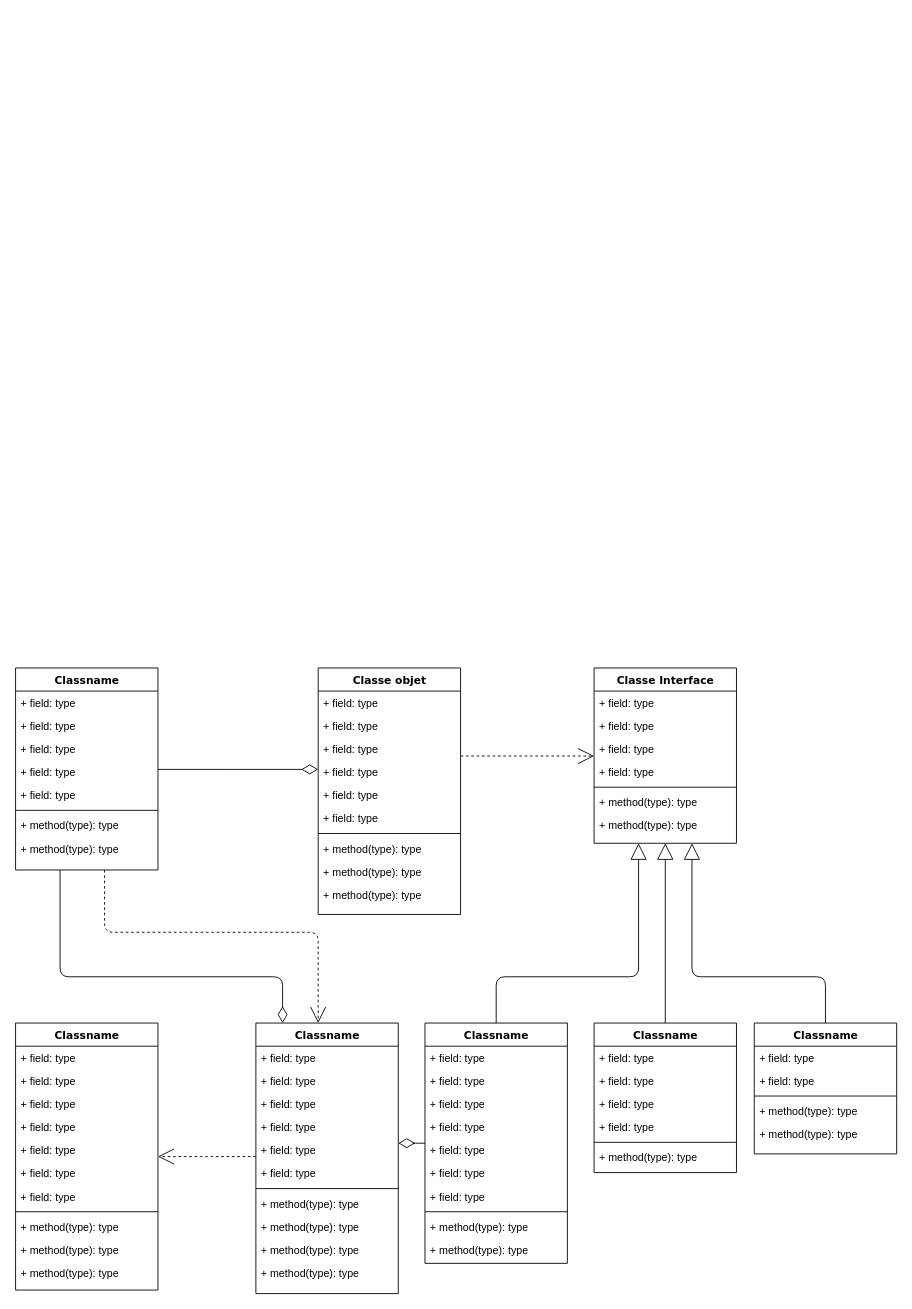
Above: Diagramme sans nom.drawio in Spyrolol/Projet-X (draw.io), before the change. Source tidied: cells renumbered, new cells numbered last; positions are measured from the earlier drawing's top-left corner, leaving out a move shared by most shapes. Both pictures are drawn from the tidied source at 89%, with x=0, y=0 at pixel (15, 668).
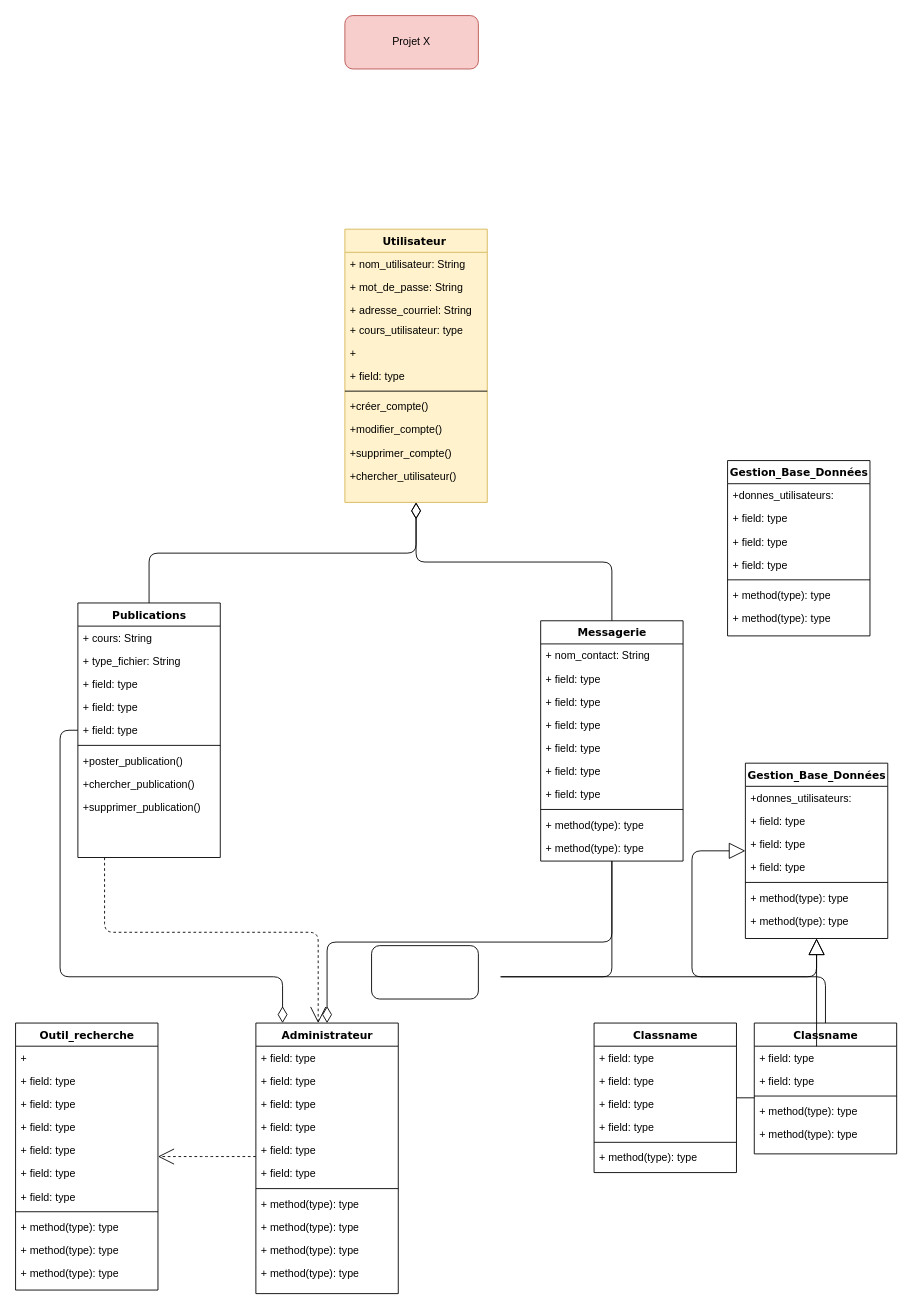
After the change.

The edit, as a diff of the source:
```diff
@@
-    <mxCell id="4" value="Classname" style="swimlane;html=1;fontStyle=1;align=center;verticalAlign=top;horizontal=1;startSize=26;swimlaneFillColor=#ffffff;rounded=0;shadow=0;comic=0;labelBackgroundColor=none;strokeWidth=1;fillColor=none;fontFamily=Verdana;fontSize=12;" parent="1" vertex="1">
-      <mxGeometry width="160" height="227" as="geometry" />
+    <mxCell id="4" value="Publications" style="swimlane;html=1;fontStyle=1;align=center;verticalAlign=top;horizontal=1;startSize=26;swimlaneFillColor=#ffffff;rounded=0;shadow=0;comic=0;labelBackgroundColor=none;strokeWidth=1;fillColor=none;fontFamily=Verdana;fontSize=12;" parent="1" vertex="1">
+      <mxGeometry x="70" y="-73" width="160" height="286" as="geometry" />
     </mxCell>
-    <mxCell id="5" value="+ field: type" style="text;html=1;strokeColor=none;fillColor=none;align=left;verticalAlign=top;spacingLeft=4;spacingRight=4;whiteSpace=wrap;overflow=hidden;" parent="4" vertex="1">
+    <mxCell id="5" value="+ cours: String" style="text;html=1;strokeColor=none;fillColor=none;align=left;verticalAlign=top;spacingLeft=4;spacingRight=4;whiteSpace=wrap;overflow=hidden;" parent="4" vertex="1">
       <mxGeometry y="26" width="160" height="26" as="geometry" />
     </mxCell>
-    <mxCell id="6" value="+ field: type" style="text;html=1;strokeColor=none;fillColor=none;align=left;verticalAlign=top;spacingLeft=4;spacingRight=4;whiteSpace=wrap;overflow=hidden;" parent="4" vertex="1">
+    <mxCell id="6" value="+ type_fichier: String" style="text;html=1;strokeColor=none;fillColor=none;align=left;verticalAlign=top;spacingLeft=4;spacingRight=4;whiteSpace=wrap;overflow=hidden;" parent="4" vertex="1">
       <mxGeometry y="52" width="160" height="26" as="geometry" />
     </mxCell>
@@
-    <mxCell id="11" value="+ method(type): type" style="text;html=1;strokeColor=none;fillColor=none;align=left;verticalAlign=top;spacingLeft=4;spacingRight=4;whiteSpace=wrap;overflow=hidden;" parent="4" vertex="1">
+    <mxCell id="11" value="+poster_publication()" style="text;html=1;strokeColor=none;fillColor=none;align=left;verticalAlign=top;spacingLeft=4;spacingRight=4;whiteSpace=wrap;overflow=hidden;" parent="4" vertex="1">
       <mxGeometry y="164" width="160" height="26" as="geometry" />
     </mxCell>
+    <mxCell id="87" value="+chercher_publication()" style="text;html=1;strokeColor=none;fillColor=none;align=left;verticalAlign=top;spacingLeft=4;spacingRight=4;whiteSpace=wrap;overflow=hidden;" parent="4" vertex="1">
+      <mxGeometry y="190" width="160" height="26" as="geometry" />
+    </mxCell>
-    <mxCell id="12" value="+ method(type): type" style="text;html=1;strokeColor=none;fillColor=none;align=left;verticalAlign=top;spacingLeft=4;spacingRight=4;whiteSpace=wrap;overflow=hidden;" parent="4" vertex="1">
-      <mxGeometry y="190" width="160" height="26" as="geometry" />
+    <mxCell id="12" value="+supprimer_publication()" style="text;html=1;strokeColor=none;fillColor=none;align=left;verticalAlign=top;spacingLeft=4;spacingRight=4;whiteSpace=wrap;overflow=hidden;" parent="4" vertex="1">
+      <mxGeometry y="216" width="160" height="70" as="geometry" />
     </mxCell>
-    <mxCell id="13" style="edgeStyle=elbowEdgeStyle;html=1;labelBackgroundColor=none;startFill=0;startSize=8;endArrow=open;endFill=0;endSize=16;fontFamily=Verdana;fontSize=12;elbow=vertical;dashed=1;" parent="1" edge="1" source="14" target="25">
-      <mxGeometry relative="1" as="geometry" />
-    </mxCell>
-    <mxCell id="14" value="Classe objet&lt;br&gt;" style="swimlane;html=1;fontStyle=1;align=center;verticalAlign=top;horizontal=1;startSize=26;swimlaneFillColor=#ffffff;rounded=0;shadow=0;comic=0;labelBackgroundColor=none;strokeWidth=1;fillColor=none;fontFamily=Verdana;fontSize=12;" parent="1" vertex="1">
-      <mxGeometry x="340" width="160" height="277" as="geometry" />
+    <mxCell id="14" value="Utilisateur&amp;nbsp;" style="swimlane;html=1;fontStyle=1;align=center;verticalAlign=top;horizontal=1;startSize=26;swimlaneFillColor=#fff2cc;rounded=0;shadow=0;comic=0;labelBackgroundColor=none;strokeWidth=1;fillColor=#fff2cc;fontFamily=Verdana;fontSize=12;strokeColor=#d6b656;" parent="1" vertex="1">
+      <mxGeometry x="370" y="-493" width="160" height="307" as="geometry" />
     </mxCell>
-    <mxCell id="15" value="+ field: type" style="text;html=1;strokeColor=none;fillColor=none;align=left;verticalAlign=top;spacingLeft=4;spacingRight=4;whiteSpace=wrap;overflow=hidden;" parent="14" vertex="1">
+    <mxCell id="15" value="+ nom_utilisateur: String" style="text;html=1;strokeColor=none;fillColor=none;align=left;verticalAlign=top;spacingLeft=4;spacingRight=4;whiteSpace=wrap;overflow=hidden;" parent="14" vertex="1">
       <mxGeometry y="26" width="160" height="26" as="geometry" />
     </mxCell>
-    <mxCell id="16" value="+ field: type" style="text;html=1;strokeColor=none;fillColor=none;align=left;verticalAlign=top;spacingLeft=4;spacingRight=4;whiteSpace=wrap;overflow=hidden;" parent="14" vertex="1">
+    <mxCell id="16" value="+ mot_de_passe: String" style="text;html=1;strokeColor=none;fillColor=none;align=left;verticalAlign=top;spacingLeft=4;spacingRight=4;whiteSpace=wrap;overflow=hidden;" parent="14" vertex="1">
       <mxGeometry y="52" width="160" height="26" as="geometry" />
     </mxCell>
-    <mxCell id="17" value="+ field: type" style="text;html=1;strokeColor=none;fillColor=none;align=left;verticalAlign=top;spacingLeft=4;spacingRight=4;whiteSpace=wrap;overflow=hidden;" parent="14" vertex="1">
-      <mxGeometry y="78" width="160" height="26" as="geometry" />
+    <mxCell id="17" value="+ adresse_courriel: String" style="text;html=1;strokeColor=none;fillColor=none;align=left;verticalAlign=top;spacingLeft=4;spacingRight=4;whiteSpace=wrap;overflow=hidden;" parent="14" vertex="1">
+      <mxGeometry y="78" width="160" height="22" as="geometry" />
     </mxCell>
-    <mxCell id="18" value="+ field: type" style="text;html=1;strokeColor=none;fillColor=none;align=left;verticalAlign=top;spacingLeft=4;spacingRight=4;whiteSpace=wrap;overflow=hidden;" parent="14" vertex="1">
-      <mxGeometry y="104" width="160" height="26" as="geometry" />
+    <mxCell id="18" value="+ cours_utilisateur: type" style="text;html=1;strokeColor=none;fillColor=none;align=left;verticalAlign=top;spacingLeft=4;spacingRight=4;whiteSpace=wrap;overflow=hidden;" parent="14" vertex="1">
+      <mxGeometry y="100" width="160" height="26" as="geometry" />
     </mxCell>
-    <mxCell id="19" value="+ field: type" style="text;html=1;strokeColor=none;fillColor=none;align=left;verticalAlign=top;spacingLeft=4;spacingRight=4;whiteSpace=wrap;overflow=hidden;" parent="14" vertex="1">
-      <mxGeometry y="130" width="160" height="26" as="geometry" />
+    <mxCell id="19" value="+" style="text;html=1;strokeColor=none;fillColor=none;align=left;verticalAlign=top;spacingLeft=4;spacingRight=4;whiteSpace=wrap;overflow=hidden;" parent="14" vertex="1">
+      <mxGeometry y="126" width="160" height="26" as="geometry" />
     </mxCell>
     <mxCell id="20" value="+ field: type" style="text;html=1;strokeColor=none;fillColor=none;align=left;verticalAlign=top;spacingLeft=4;spacingRight=4;whiteSpace=wrap;overflow=hidden;" parent="14" vertex="1">
-      <mxGeometry y="156" width="160" height="26" as="geometry" />
+      <mxGeometry y="152" width="160" height="26" as="geometry" />
     </mxCell>
     <mxCell id="21" style="line;html=1;strokeWidth=1;fillColor=none;align=left;verticalAlign=middle;spacingTop=-1;spacingLeft=3;spacingRight=3;labelPosition=right;" parent="14" vertex="1">
-      <mxGeometry y="182" width="160" height="8" as="geometry" />
+      <mxGeometry y="178" width="160" height="8" as="geometry" />
     </mxCell>
-    <mxCell id="22" value="+ method(type): type" style="text;html=1;strokeColor=none;fillColor=none;align=left;verticalAlign=top;spacingLeft=4;spacingRight=4;whiteSpace=wrap;overflow=hidden;" parent="14" vertex="1">
-      <mxGeometry y="190" width="160" height="26" as="geometry" />
+    <mxCell id="22" value="+créer_compte()&lt;br&gt;" style="text;html=1;strokeColor=none;fillColor=none;align=left;verticalAlign=top;spacingLeft=4;spacingRight=4;whiteSpace=wrap;overflow=hidden;" parent="14" vertex="1">
+      <mxGeometry y="186" width="160" height="26" as="geometry" />
     </mxCell>
-    <mxCell id="23" value="+ method(type): type" style="text;html=1;strokeColor=none;fillColor=none;align=left;verticalAlign=top;spacingLeft=4;spacingRight=4;whiteSpace=wrap;overflow=hidden;" parent="14" vertex="1">
-      <mxGeometry y="216" width="160" height="26" as="geometry" />
+    <mxCell id="23" value="+modifier_compte()" style="text;html=1;strokeColor=none;fillColor=none;align=left;verticalAlign=top;spacingLeft=4;spacingRight=4;whiteSpace=wrap;overflow=hidden;" parent="14" vertex="1">
+      <mxGeometry y="212" width="160" height="26" as="geometry" />
     </mxCell>
-    <mxCell id="24" value="+ method(type): type" style="text;html=1;strokeColor=none;fillColor=none;align=left;verticalAlign=top;spacingLeft=4;spacingRight=4;whiteSpace=wrap;overflow=hidden;" parent="14" vertex="1">
-      <mxGeometry y="242" width="160" height="26" as="geometry" />
+    <mxCell id="24" value="+supprimer_compte()" style="text;html=1;strokeColor=none;fillColor=none;align=left;verticalAlign=top;spacingLeft=4;spacingRight=4;whiteSpace=wrap;overflow=hidden;" parent="14" vertex="1">
+      <mxGeometry y="238" width="160" height="26" as="geometry" />
     </mxCell>
+    <mxCell id="88" value="+chercher_utilisateur()" style="text;html=1;strokeColor=none;fillColor=none;align=left;verticalAlign=top;spacingLeft=4;spacingRight=4;whiteSpace=wrap;overflow=hidden;" parent="14" vertex="1">
+      <mxGeometry y="264" width="160" height="26" as="geometry" />
+    </mxCell>
-    <mxCell id="25" value="Classe Interface" style="swimlane;html=1;fontStyle=1;align=center;verticalAlign=top;horizontal=1;startSize=26;swimlaneFillColor=#ffffff;rounded=0;shadow=0;comic=0;labelBackgroundColor=none;strokeWidth=1;fillColor=none;fontFamily=Verdana;fontSize=12;" parent="1" vertex="1">
-      <mxGeometry x="650" width="160" height="197" as="geometry" />
+    <mxCell id="25" value="Gestion_Base_Données" style="swimlane;html=1;fontStyle=1;align=center;verticalAlign=top;horizontal=1;startSize=26;swimlaneFillColor=#ffffff;rounded=0;shadow=0;comic=0;labelBackgroundColor=none;strokeWidth=1;fillColor=none;fontFamily=Verdana;fontSize=12;" parent="1" vertex="1">
+      <mxGeometry x="820" y="107" width="160" height="197" as="geometry" />
     </mxCell>
-    <mxCell id="26" value="+ field: type" style="text;html=1;strokeColor=none;fillColor=none;align=left;verticalAlign=top;spacingLeft=4;spacingRight=4;whiteSpace=wrap;overflow=hidden;" parent="25" vertex="1">
+    <mxCell id="26" value="+donnes_utilisateurs:" style="text;html=1;strokeColor=none;fillColor=none;align=left;verticalAlign=top;spacingLeft=4;spacingRight=4;whiteSpace=wrap;overflow=hidden;" parent="25" vertex="1">
       <mxGeometry y="26" width="160" height="26" as="geometry" />
     </mxCell>
@@
-    <mxCell id="34" value="Classname" style="swimlane;html=1;fontStyle=1;align=center;verticalAlign=top;horizontal=1;startSize=26;swimlaneFillColor=#ffffff;rounded=0;shadow=0;comic=0;labelBackgroundColor=none;strokeWidth=1;fillColor=none;fontFamily=Verdana;fontSize=12;" parent="1" vertex="1">
+    <mxCell id="34" value="Outil_recherche" style="swimlane;html=1;fontStyle=1;align=center;verticalAlign=top;horizontal=1;startSize=26;swimlaneFillColor=#ffffff;rounded=0;shadow=0;comic=0;labelBackgroundColor=none;strokeWidth=1;fillColor=none;fontFamily=Verdana;fontSize=12;" parent="1" vertex="1">
       <mxGeometry y="399" width="160" height="300" as="geometry" />
     </mxCell>
-    <mxCell id="35" value="+ field: type" style="text;html=1;strokeColor=none;fillColor=none;align=left;verticalAlign=top;spacingLeft=4;spacingRight=4;whiteSpace=wrap;overflow=hidden;" parent="34" vertex="1">
+    <mxCell id="35" value="+" style="text;html=1;strokeColor=none;fillColor=none;align=left;verticalAlign=top;spacingLeft=4;spacingRight=4;whiteSpace=wrap;overflow=hidden;" parent="34" vertex="1">
       <mxGeometry y="26" width="160" height="26" as="geometry" />
     </mxCell>
@@
-    <mxCell id="47" value="Classname" style="swimlane;html=1;fontStyle=1;align=center;verticalAlign=top;horizontal=1;startSize=26;swimlaneFillColor=#ffffff;rounded=0;shadow=0;comic=0;labelBackgroundColor=none;strokeWidth=1;fillColor=none;fontFamily=Verdana;fontSize=12;" parent="1" vertex="1">
+    <mxCell id="47" value="Administrateur" style="swimlane;html=1;fontStyle=1;align=center;verticalAlign=top;horizontal=1;startSize=26;swimlaneFillColor=#ffffff;rounded=0;shadow=0;comic=0;labelBackgroundColor=none;strokeWidth=1;fillColor=none;fontFamily=Verdana;fontSize=12;" parent="1" vertex="1">
       <mxGeometry x="270" y="399" width="160" height="304" as="geometry" />
     </mxCell>
@@
-    <mxCell id="60" value="Classname" style="swimlane;html=1;fontStyle=1;align=center;verticalAlign=top;horizontal=1;startSize=26;swimlaneFillColor=#ffffff;rounded=0;shadow=0;comic=0;labelBackgroundColor=none;strokeWidth=1;fillColor=none;fontFamily=Verdana;fontSize=12;" parent="1" vertex="1">
-      <mxGeometry x="460" y="399" width="160" height="270" as="geometry" />
+    <mxCell id="60" value="Messagerie" style="swimlane;html=1;fontStyle=1;align=center;verticalAlign=top;horizontal=1;startSize=26;swimlaneFillColor=#ffffff;rounded=0;shadow=0;comic=0;labelBackgroundColor=none;strokeWidth=1;fillColor=none;fontFamily=Verdana;fontSize=12;" parent="1" vertex="1">
+      <mxGeometry x="590" y="-53" width="160" height="270" as="geometry" />
     </mxCell>
-    <mxCell id="61" value="+ field: type" style="text;html=1;strokeColor=none;fillColor=none;align=left;verticalAlign=top;spacingLeft=4;spacingRight=4;whiteSpace=wrap;overflow=hidden;" parent="60" vertex="1">
+    <mxCell id="61" value="+ nom_contact: String" style="text;html=1;strokeColor=none;fillColor=none;align=left;verticalAlign=top;spacingLeft=4;spacingRight=4;whiteSpace=wrap;overflow=hidden;" parent="60" vertex="1">
       <mxGeometry y="26" width="160" height="26" as="geometry" />
     </mxCell>
@@
+    <mxCell id="89" style="rounded=1;whiteSpace=wrap;html=1;" parent="1" vertex="1">
+      <mxGeometry x="400" y="312" width="120" height="60" as="geometry" />
+    </mxCell>
+    <mxCell id="90" value="Projet X" style="rounded=1;whiteSpace=wrap;html=1;fillColor=#f8cecc;strokeColor=#b85450;" parent="1" vertex="1">
+      <mxGeometry x="370" y="-733" width="150" height="60" as="geometry" />
+    </mxCell>
+    <mxCell id="91" style="edgeStyle=elbowEdgeStyle;html=1;labelBackgroundColor=none;startFill=0;startSize=8;endArrow=diamondThin;endFill=0;endSize=16;fontFamily=Verdana;fontSize=12;elbow=vertical;entryX=0.5;entryY=1;entryDx=0;entryDy=0;exitX=0.5;exitY=0;exitDx=0;exitDy=0;" parent="1" edge="1" source="60" target="14">
+      <mxGeometry relative="1" as="geometry" />
+    </mxCell>
+    <mxCell id="92" value="Gestion_Base_Données" style="swimlane;html=1;fontStyle=1;align=center;verticalAlign=top;horizontal=1;startSize=26;swimlaneFillColor=#ffffff;rounded=0;shadow=0;comic=0;labelBackgroundColor=none;strokeWidth=1;fillColor=none;fontFamily=Verdana;fontSize=12;" parent="1" vertex="1">
+      <mxGeometry x="800" y="-233" width="160" height="197" as="geometry" />
+    </mxCell>
+    <mxCell id="93" value="+donnes_utilisateurs:" style="text;html=1;strokeColor=none;fillColor=none;align=left;verticalAlign=top;spacingLeft=4;spacingRight=4;whiteSpace=wrap;overflow=hidden;" parent="92" vertex="1">
+      <mxGeometry y="26" width="160" height="26" as="geometry" />
+    </mxCell>
+    <mxCell id="94" value="+ field: type" style="text;html=1;strokeColor=none;fillColor=none;align=left;verticalAlign=top;spacingLeft=4;spacingRight=4;whiteSpace=wrap;overflow=hidden;" parent="92" vertex="1">
+      <mxGeometry y="52" width="160" height="26" as="geometry" />
+    </mxCell>
+    <mxCell id="95" value="+ field: type" style="text;html=1;strokeColor=none;fillColor=none;align=left;verticalAlign=top;spacingLeft=4;spacingRight=4;whiteSpace=wrap;overflow=hidden;" parent="92" vertex="1">
+      <mxGeometry y="78" width="160" height="26" as="geometry" />
+    </mxCell>
+    <mxCell id="96" value="+ field: type" style="text;html=1;strokeColor=none;fillColor=none;align=left;verticalAlign=top;spacingLeft=4;spacingRight=4;whiteSpace=wrap;overflow=hidden;" parent="92" vertex="1">
+      <mxGeometry y="104" width="160" height="26" as="geometry" />
+    </mxCell>
+    <mxCell id="97" style="line;html=1;strokeWidth=1;fillColor=none;align=left;verticalAlign=middle;spacingTop=-1;spacingLeft=3;spacingRight=3;labelPosition=right;" parent="92" vertex="1">
+      <mxGeometry y="130" width="160" height="8" as="geometry" />
+    </mxCell>
+    <mxCell id="98" value="+ method(type): type" style="text;html=1;strokeColor=none;fillColor=none;align=left;verticalAlign=top;spacingLeft=4;spacingRight=4;whiteSpace=wrap;overflow=hidden;" parent="92" vertex="1">
+      <mxGeometry y="138" width="160" height="26" as="geometry" />
+    </mxCell>
+    <mxCell id="99" value="+ method(type): type" style="text;html=1;strokeColor=none;fillColor=none;align=left;verticalAlign=top;spacingLeft=4;spacingRight=4;whiteSpace=wrap;overflow=hidden;" parent="92" vertex="1">
+      <mxGeometry y="164" width="160" height="26" as="geometry" />
+    </mxCell>
```
